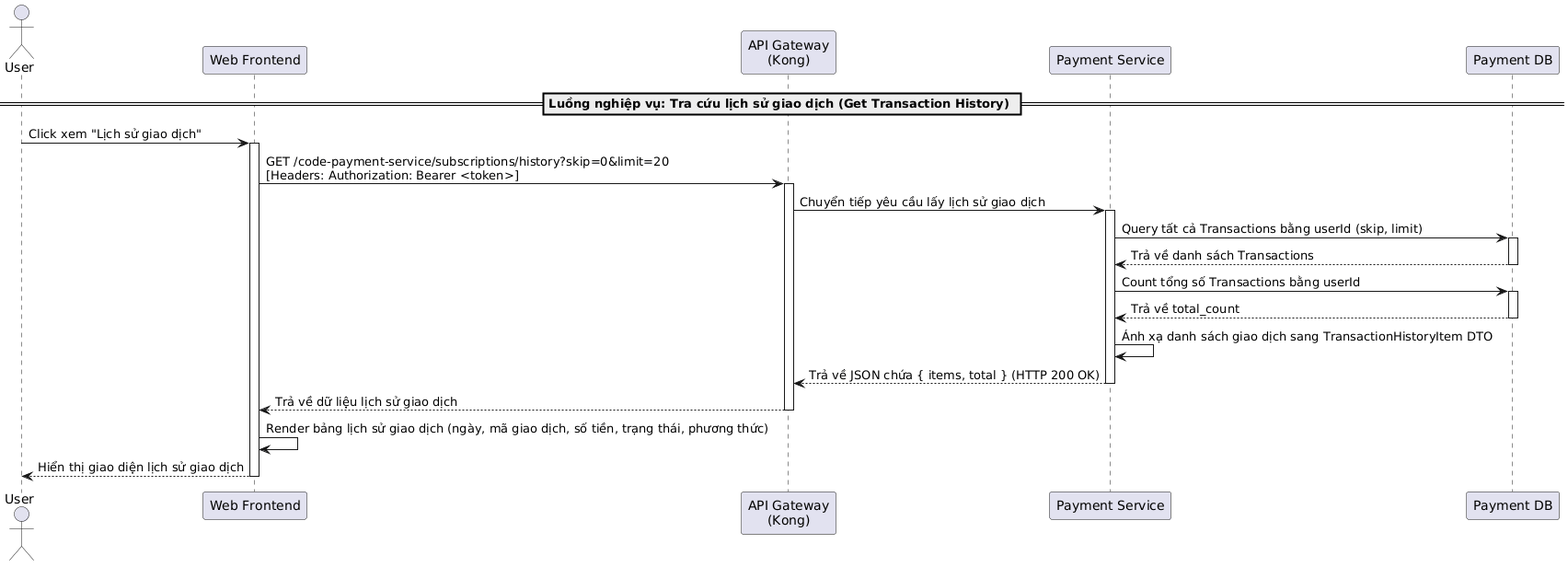
Before: temp/05-sequence/UML-Sequence-34.png, a diagram exported from PlantUML (20206205Tech/docs-uml). Source of this version:
```plantuml
@startuml
actor "User" as User
participant "Web Frontend" as Frontend
participant "API Gateway\n(Kong)" as Kong
participant "Payment Service" as PaymentService
participant "Payment DB" as DB

== Luồng nghiệp vụ: Tra cứu lịch sử giao dịch (Get Transaction History) ==

User -> Frontend: Click xem "Lịch sử giao dịch"
activate Frontend

Frontend -> Kong: GET /code-payment-service/subscriptions/history?skip=0&limit=20\n[Headers: Authorization: Bearer <token>]
activate Kong
Kong -> PaymentService: Chuyển tiếp yêu cầu lấy lịch sử giao dịch
activate PaymentService

PaymentService -> DB: Query tất cả Transactions bằng userId (skip, limit)
activate DB
DB --> PaymentService: Trả về danh sách Transactions
deactivate DB

PaymentService -> DB: Count tổng số Transactions bằng userId
activate DB
DB --> PaymentService: Trả về total_count
deactivate DB

PaymentService -> PaymentService: Ánh xạ danh sách giao dịch sang TransactionHistoryItem DTO
PaymentService --> Kong: Trả về JSON chứa { items, total } (HTTP 200 OK)
deactivate PaymentService
Kong --> Frontend: Trả về dữ liệu lịch sử giao dịch
deactivate Kong

Frontend -> Frontend: Render bảng lịch sử giao dịch (ngày, mã giao dịch, số tiền, trạng thái, phương thức)
Frontend --> User: Hiển thị giao diện lịch sử giao dịch
deactivate Frontend
@enduml
```
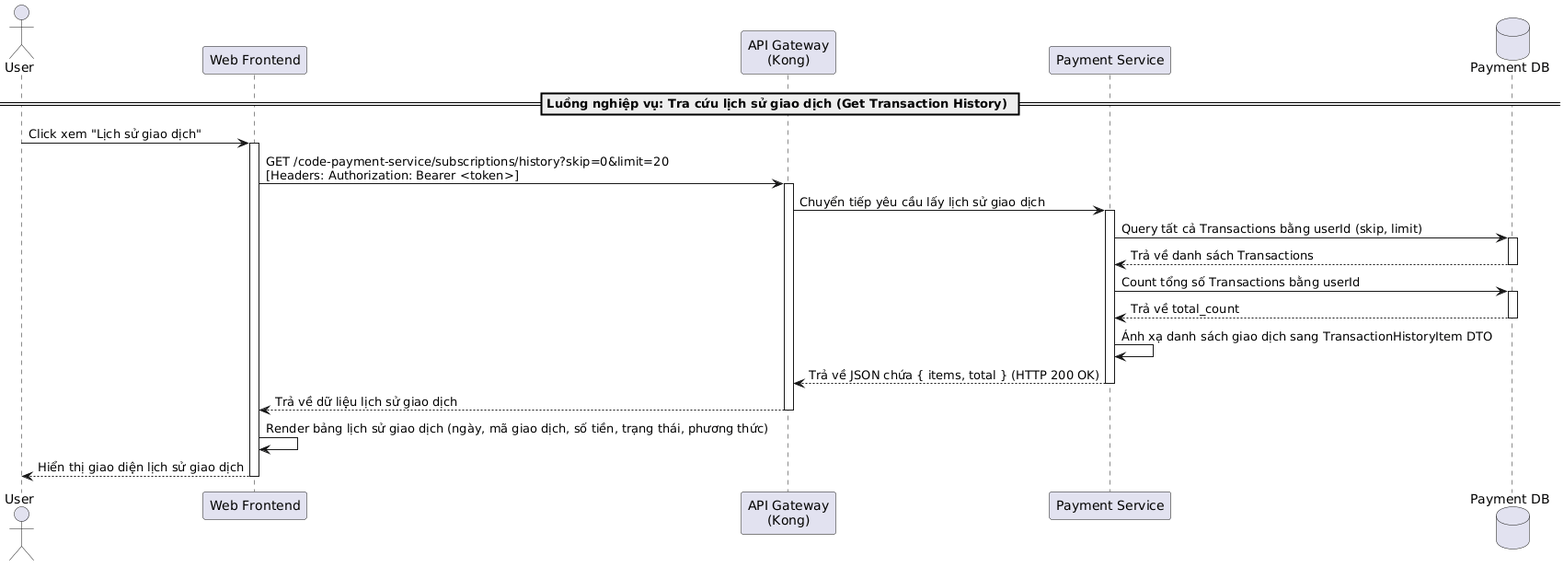
Above is the later version.

The edit, as a diff of the source:
```diff
@@ -3,7 +3,7 @@
 participant "Web Frontend" as Frontend
 participant "API Gateway\n(Kong)" as Kong
 participant "Payment Service" as PaymentService
-participant "Payment DB" as DB
+database "Payment DB" as DB
 
 == Luồng nghiệp vụ: Tra cứu lịch sử giao dịch (Get Transaction History) ==
 
```
